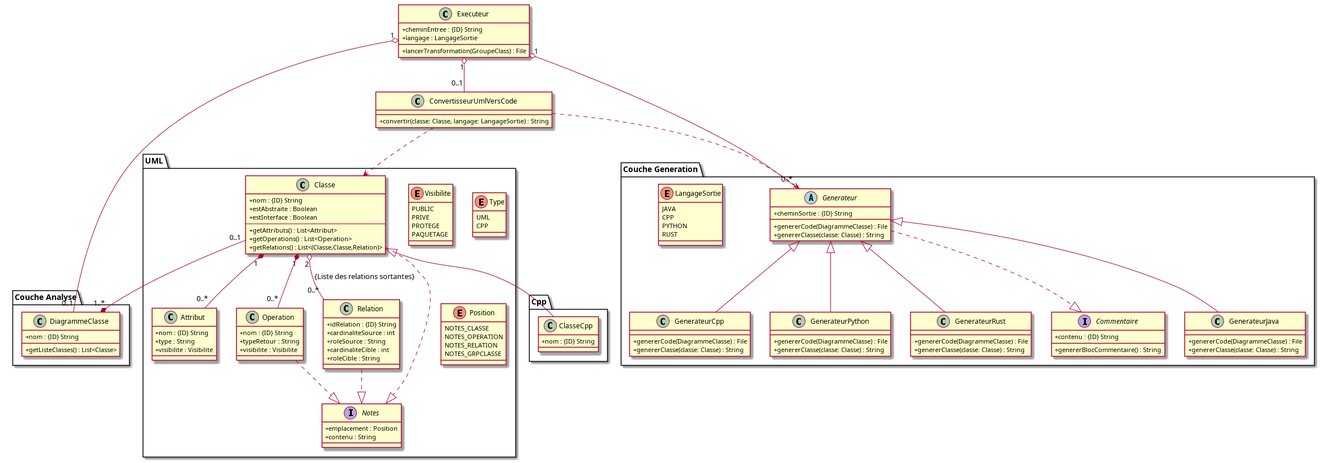
The PlantUML diagram doc/fichier_png/diagramme_commun.png in RasdaCorentin/PlantUML2Code, before a commit. Its source is kept beside it as doc/fichier_puml/diagramme_commun.puml.
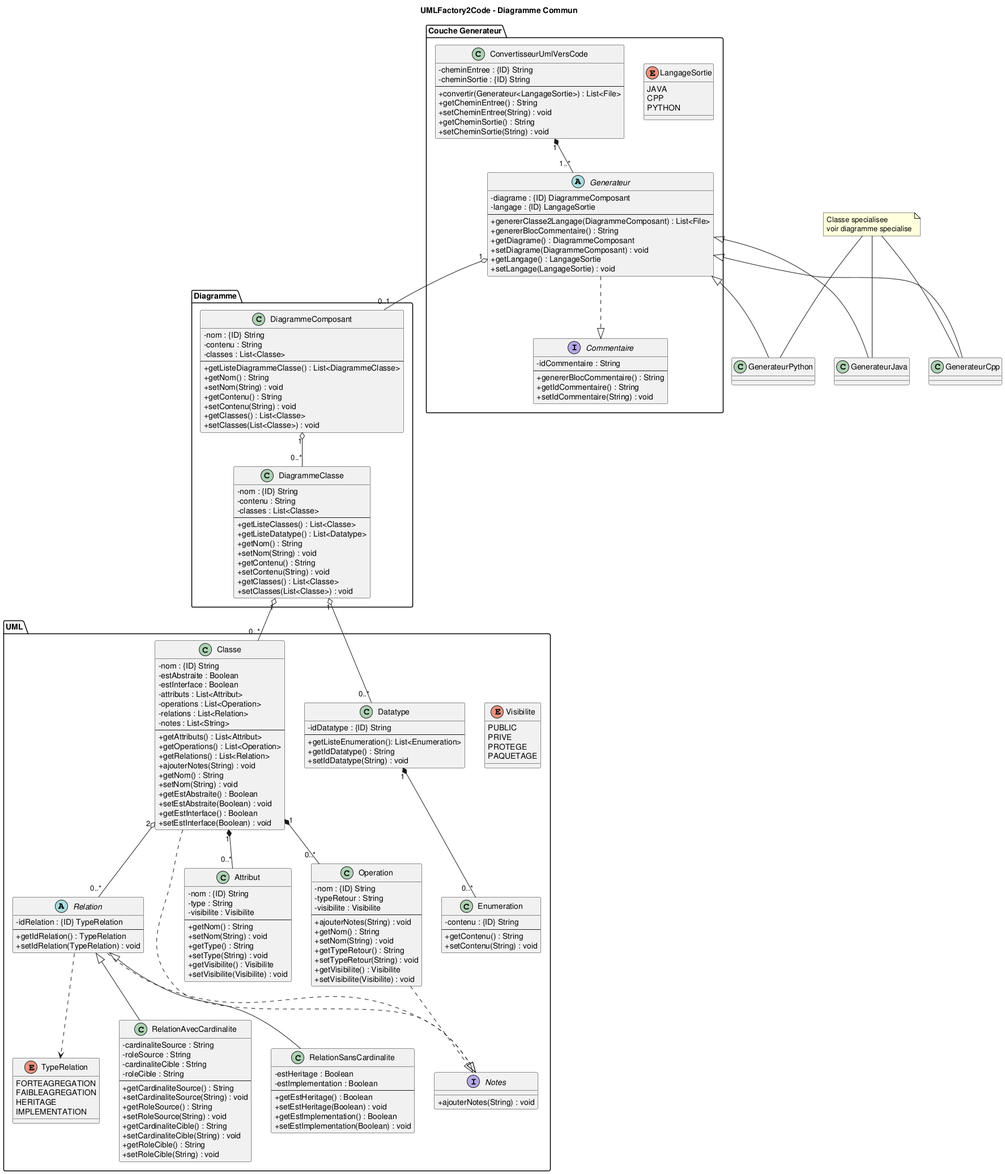
Later version of the same file.

Change to the diagram source:
```diff
@@ -27,13 +27,6 @@
     +setLangage(LangageSortie) : void
   }
 
-  interface Formattage {
-    -idFormat : {ID} String
-    ---
-    +genererCode() : String
-    +getIdFormat() : String
-    +setIdFormat(String) : void
-  }
 
   enum LangageSortie {
     JAVA
```
